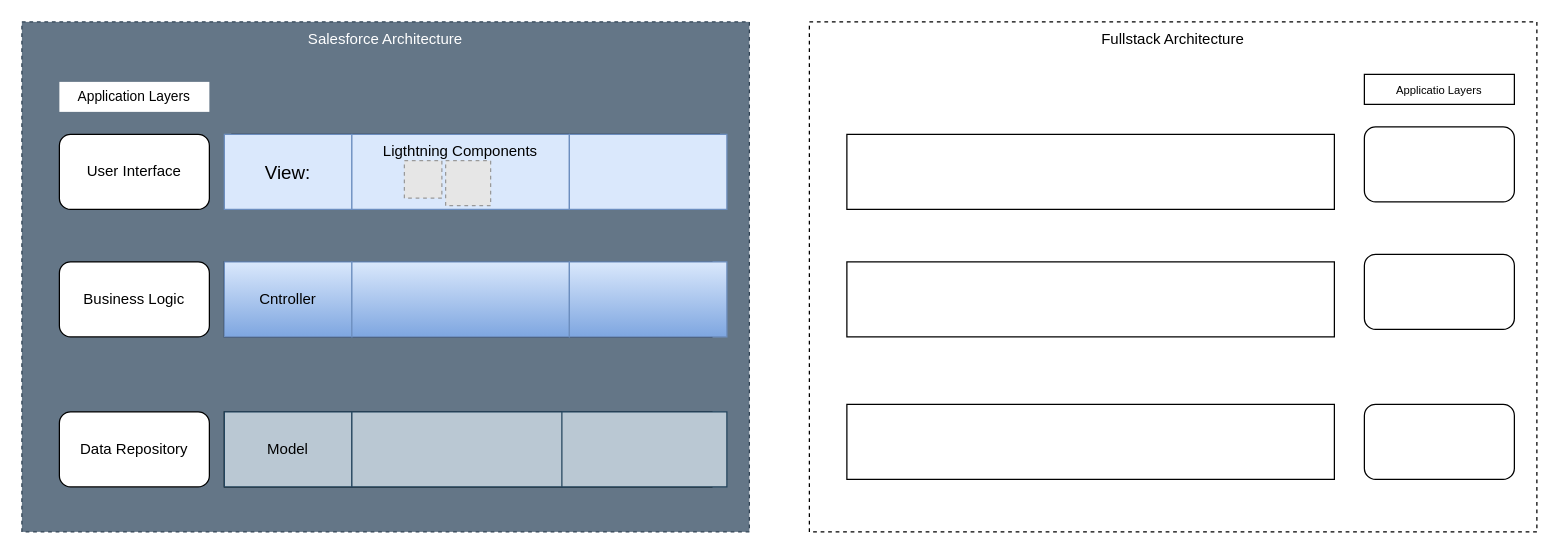
Before: SalesFroceMigration.drawio in sreenubk/user-tracker, a draw.io diagram. Source tidied: cells renumbered, new cells numbered last; positions are measured from the earlier drawing's top-left corner, leaving out a move shared by most shapes. Both pictures are drawn from the tidied source at 125%, with x=0, y=0 at pixel (21, 21). Pictures stored in the file or linked from it are replaced by grey dashed boxes.
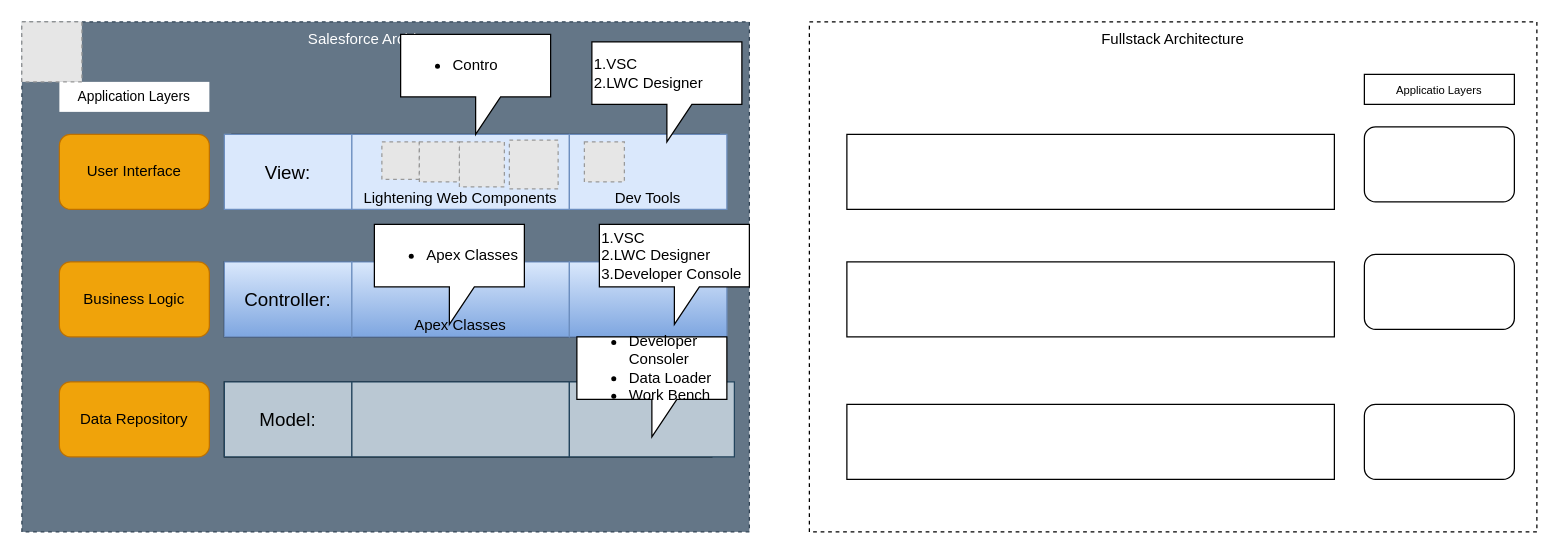
The same page after the edit.

Diff of the diagram source:
```diff
@@
-    <mxCell id="3" value="User Interface" style="rounded=1;whiteSpace=wrap;html=1;" parent="1" vertex="1">
+    <mxCell id="3" value="User Interface" style="rounded=1;whiteSpace=wrap;html=1;fillColor=#f0a30a;strokeColor=#BD7000;fontColor=#000000;" parent="1" vertex="1">
       <mxGeometry x="30" y="90" width="120" height="60" as="geometry" />
     </mxCell>
-    <mxCell id="4" value="Business Logic" style="rounded=1;whiteSpace=wrap;html=1;" parent="1" vertex="1">
+    <mxCell id="4" value="Business Logic" style="rounded=1;whiteSpace=wrap;html=1;fillColor=#f0a30a;strokeColor=#BD7000;fontColor=#000000;" parent="1" vertex="1">
       <mxGeometry x="30" y="192" width="120" height="60" as="geometry" />
     </mxCell>
-    <mxCell id="5" value="Data Repository" style="rounded=1;whiteSpace=wrap;html=1;" parent="1" vertex="1">
-      <mxGeometry x="30" y="312" width="120" height="60" as="geometry" />
+    <mxCell id="5" value="Data Repository" style="rounded=1;whiteSpace=wrap;html=1;fillColor=#f0a30a;strokeColor=#BD7000;fontColor=#000000;" parent="1" vertex="1">
+      <mxGeometry x="30" y="288" width="120" height="60" as="geometry" />
     </mxCell>
@@
-    <mxCell id="17" value="Ligthtning Components" style="rounded=0;whiteSpace=wrap;html=1;shadow=0;strokeColor=#6c8ebf;verticalAlign=top;fillColor=#dae8fc;" parent="1" vertex="1">
+    <mxCell id="17" value="Lightening Web Components" style="rounded=0;whiteSpace=wrap;html=1;shadow=0;strokeColor=#6c8ebf;verticalAlign=bottom;fillColor=#dae8fc;" parent="1" vertex="1">
       <mxGeometry x="264" y="90" width="174" height="60" as="geometry" />
     </mxCell>
-    <mxCell id="18" style="rounded=0;whiteSpace=wrap;html=1;shadow=0;strokeColor=#6c8ebf;fillColor=#dae8fc;" parent="1" vertex="1">
+    <mxCell id="18" value="Dev Tools" style="rounded=0;whiteSpace=wrap;html=1;shadow=0;strokeColor=#6c8ebf;fillColor=#dae8fc;verticalAlign=bottom;" parent="1" vertex="1">
       <mxGeometry x="438" y="90" width="126" height="60" as="geometry" />
     </mxCell>
@@
-    <mxCell id="20" value="Cntroller" style="rounded=0;whiteSpace=wrap;html=1;shadow=0;strokeColor=#6c8ebf;fillColor=#dae8fc;gradientColor=#7ea6e0;" parent="1" vertex="1">
+    <mxCell id="20" value="Controller:" style="rounded=0;whiteSpace=wrap;html=1;shadow=0;strokeColor=#6c8ebf;fillColor=#dae8fc;gradientColor=#7ea6e0;fontSize=15;" parent="1" vertex="1">
       <mxGeometry x="162" y="192" width="102" height="60" as="geometry" />
     </mxCell>
-    <mxCell id="21" style="rounded=0;whiteSpace=wrap;html=1;shadow=0;strokeColor=#6c8ebf;fillColor=#dae8fc;gradientColor=#7ea6e0;" parent="1" vertex="1">
+    <mxCell id="21" value="Apex Classes" style="rounded=0;whiteSpace=wrap;html=1;shadow=0;strokeColor=#6c8ebf;fillColor=#dae8fc;gradientColor=#7ea6e0;verticalAlign=bottom;" parent="1" vertex="1">
       <mxGeometry x="264" y="192" width="174" height="60" as="geometry" />
     </mxCell>
@@
     <mxCell id="23" style="rounded=0;whiteSpace=wrap;html=1;" parent="1" vertex="1">
-      <mxGeometry x="162" y="312" width="390" height="60" as="geometry" />
+      <mxGeometry x="162" y="288" width="390" height="60" as="geometry" />
     </mxCell>
-    <mxCell id="24" value="Model" style="rounded=0;whiteSpace=wrap;html=1;shadow=0;strokeColor=#23445d;fillColor=#bac8d3;" parent="1" vertex="1">
-      <mxGeometry x="162" y="312" width="102" height="60" as="geometry" />
+    <mxCell id="24" value="Model:" style="rounded=0;whiteSpace=wrap;html=1;shadow=0;strokeColor=#23445d;fillColor=#bac8d3;fontSize=15;" parent="1" vertex="1">
+      <mxGeometry x="162" y="288" width="102" height="60" as="geometry" />
     </mxCell>
     <mxCell id="25" style="rounded=0;whiteSpace=wrap;html=1;shadow=0;strokeColor=#23445d;fillColor=#bac8d3;" parent="1" vertex="1">
-      <mxGeometry x="264" y="312" width="174" height="60" as="geometry" />
+      <mxGeometry x="264" y="288" width="174" height="60" as="geometry" />
     </mxCell>
     <mxCell id="26" style="rounded=0;whiteSpace=wrap;html=1;shadow=0;strokeColor=#23445d;fillColor=#bac8d3;" parent="1" vertex="1">
-      <mxGeometry x="432" y="312" width="132" height="60" as="geometry" />
+      <mxGeometry x="438" y="288" width="132" height="60" as="geometry" />
     </mxCell>
     <mxCell id="27" style="fillColor=#E6E6E6;strokeColor=#999999;dashed=1;html=1;verticalAlign=top;verticalLabelPosition=bottom;labelBackgroundColor=#ffffff;" parent="1" vertex="1">
-      <mxGeometry x="306" y="111" width="30" height="30" as="geometry" />
+      <mxGeometry x="288" y="96" width="30" height="30" as="geometry" />
     </mxCell>
     <mxCell id="28" style="fillColor=#E6E6E6;strokeColor=#999999;dashed=1;html=1;verticalAlign=top;verticalLabelPosition=bottom;labelBackgroundColor=#ffffff;" parent="1" vertex="1">
-      <mxGeometry x="339" y="111" width="36" height="36" as="geometry" />
+      <mxGeometry x="350" y="96" width="36" height="36" as="geometry" />
     </mxCell>
+    <mxCell id="29" value="1.VSC&lt;br&gt;&lt;div style=&quot;&quot;&gt;&lt;span style=&quot;background-color: initial;&quot;&gt;2.LWC Designer&lt;/span&gt;&lt;/div&gt;" style="shape=callout;whiteSpace=wrap;html=1;perimeter=calloutPerimeter;align=left;" parent="1" vertex="1">
+      <mxGeometry x="456" y="16" width="120" height="80" as="geometry" />
+    </mxCell>
+    <mxCell id="30" value="1.VSC&lt;br&gt;&lt;div style=&quot;&quot;&gt;&lt;span style=&quot;background-color: initial;&quot;&gt;2.LWC Designer&lt;/span&gt;&lt;/div&gt;&lt;div style=&quot;&quot;&gt;&lt;span style=&quot;background-color: initial;&quot;&gt;3.Developer Console&lt;/span&gt;&lt;/div&gt;" style="shape=callout;whiteSpace=wrap;html=1;perimeter=calloutPerimeter;align=left;" parent="1" vertex="1">
+      <mxGeometry x="462" y="162" width="120" height="80" as="geometry" />
+    </mxCell>
+    <mxCell id="31" value="&lt;ul&gt;&lt;li&gt;&lt;span style=&quot;background-color: initial;&quot;&gt;Developer Consoler&lt;/span&gt;&lt;/li&gt;&lt;li&gt;&lt;span style=&quot;background-color: initial;&quot;&gt;Data Loader&lt;/span&gt;&lt;/li&gt;&lt;li&gt;Work Bench&lt;/li&gt;&lt;/ul&gt;" style="shape=callout;whiteSpace=wrap;html=1;perimeter=calloutPerimeter;align=left;" parent="1" vertex="1">
+      <mxGeometry x="444" y="252" width="120" height="80" as="geometry" />
+    </mxCell>
+    <mxCell id="32" value="&lt;ul&gt;&lt;li&gt;Apex Classes&lt;/li&gt;&lt;/ul&gt;" style="shape=callout;whiteSpace=wrap;html=1;perimeter=calloutPerimeter;align=left;" parent="1" vertex="1">
+      <mxGeometry x="282" y="162" width="120" height="80" as="geometry" />
+    </mxCell>
+    <mxCell id="33" value="&lt;ul&gt;&lt;li&gt;Contro&lt;/li&gt;&lt;/ul&gt;" style="shape=callout;whiteSpace=wrap;html=1;perimeter=calloutPerimeter;align=left;" parent="1" vertex="1">
+      <mxGeometry x="303" y="10" width="120" height="80" as="geometry" />
+    </mxCell>
+    <mxCell id="34" style="fillColor=#E6E6E6;strokeColor=#999999;dashed=1;verticalLabelPosition=bottom;labelBackgroundColor=default;verticalAlign=top;" parent="1" vertex="1">
+      <mxGeometry x="450" y="96" width="32" height="32" as="geometry" />
+    </mxCell>
+    <mxCell id="35" style="fillColor=#E6E6E6;strokeColor=#999999;dashed=1;verticalLabelPosition=bottom;labelBackgroundColor=default;verticalAlign=top;" parent="1" vertex="1">
+      <mxGeometry width="48" height="48" as="geometry" />
+    </mxCell>
+    <mxCell id="36" style="fillColor=#E6E6E6;strokeColor=#999999;dashed=1;verticalLabelPosition=bottom;labelBackgroundColor=default;verticalAlign=top;" parent="1" vertex="1">
+      <mxGeometry x="318" y="96" width="32" height="32" as="geometry" />
+    </mxCell>
+    <mxCell id="37" style="fillColor=#E6E6E6;strokeColor=#999999;dashed=1;verticalLabelPosition=bottom;labelBackgroundColor=default;verticalAlign=top;" parent="1" vertex="1">
+      <mxGeometry x="390" y="94.5" width="39" height="39" as="geometry" />
+    </mxCell>
```
